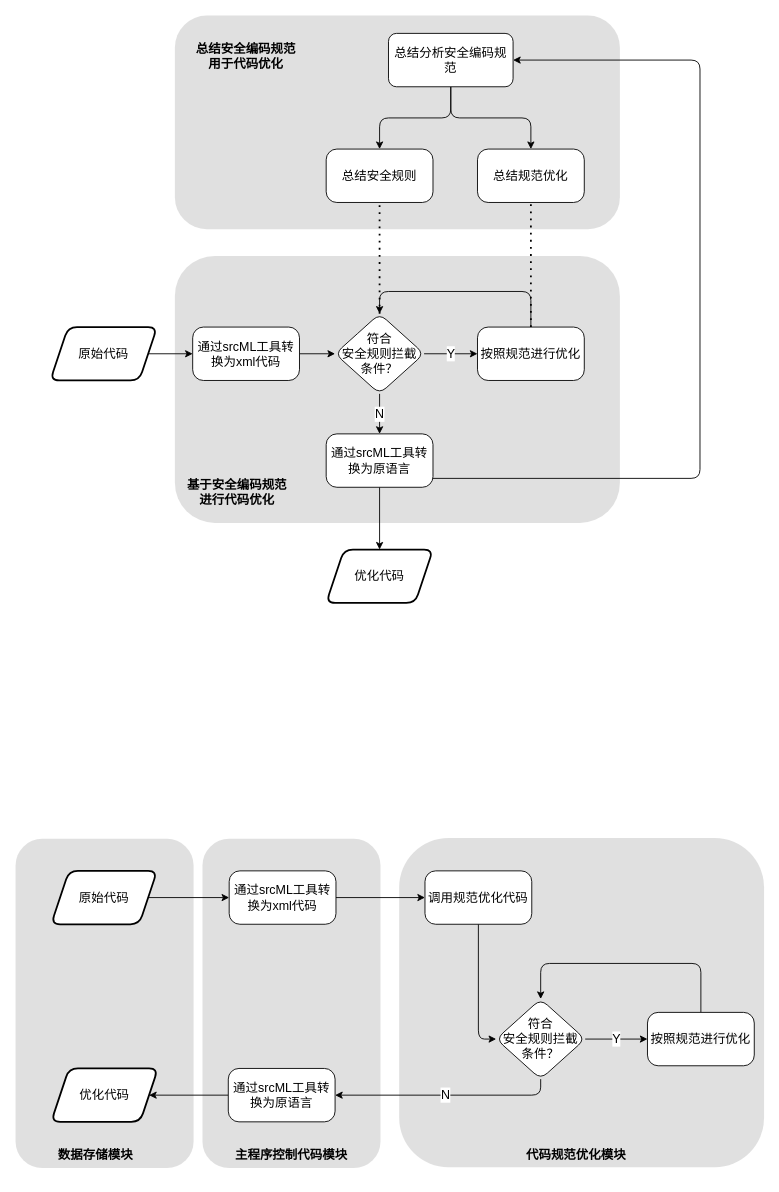
The draw.io diagram 未命名绘图.drawio in z5833999/C-3, before the edit. Source tidied: cells renumbered, new cells numbered last; positions are measured from the earlier drawing's top-left corner, leaving out a move shared by most shapes. Both pictures are drawn from the tidied source at 89%, with x=0, y=0 at pixel (15, 15).
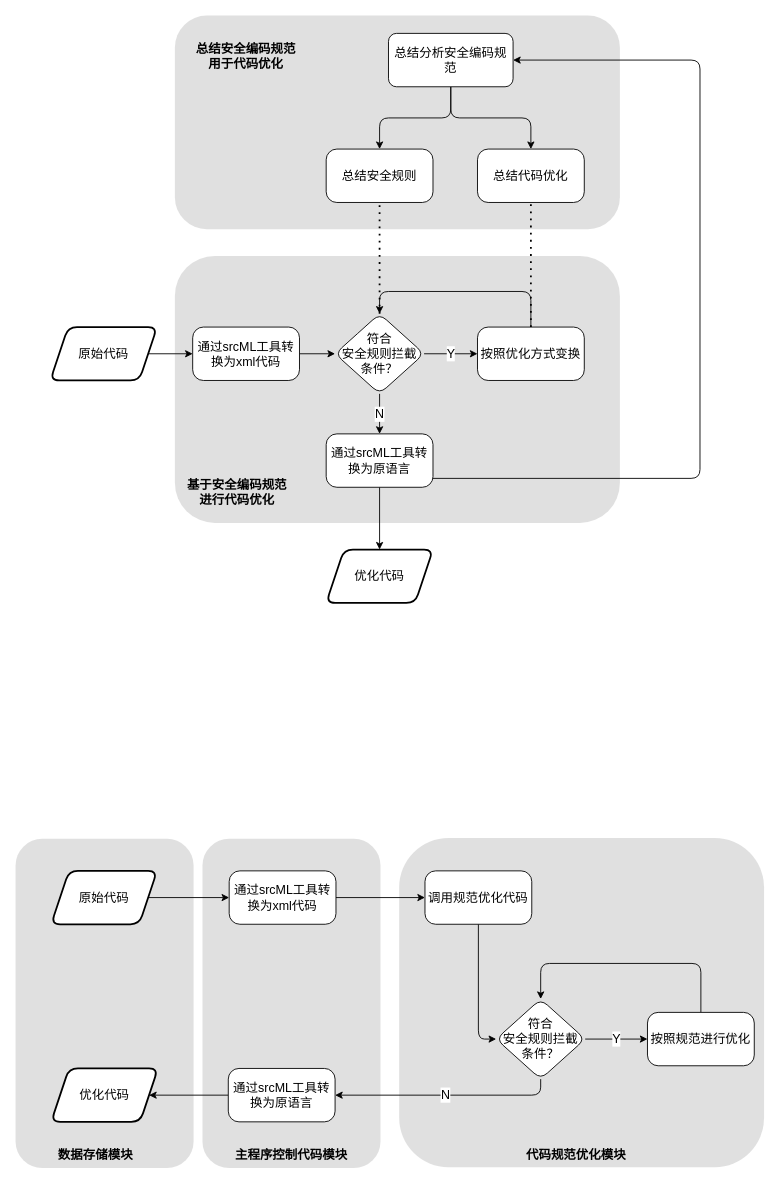
Above is the later version.

Commit message:
更新未命名绘图.drawio

Diff of the diagram source:
```diff
@@
-    <mxCell id="14" value="按照规范进行优化" style="whiteSpace=wrap;html=1;fontFamily=Helvetica;arcSize=20;rounded=1;fontSize=14;" parent="1" vertex="1">
+    <mxCell id="14" value="按照优化方式变换" style="whiteSpace=wrap;html=1;fontFamily=Helvetica;arcSize=20;rounded=1;fontSize=14;" parent="1" vertex="1">
       <mxGeometry x="519" y="350" width="120" height="60" as="geometry" />
     </mxCell>
@@
-    <mxCell id="21" value="总结规范优化" style="whiteSpace=wrap;html=1;fontFamily=Helvetica;arcSize=20;rounded=1;fontSize=14;" parent="1" vertex="1">
+    <mxCell id="21" value="总结代码优化" style="whiteSpace=wrap;html=1;fontFamily=Helvetica;arcSize=20;rounded=1;fontSize=14;" parent="1" vertex="1">
       <mxGeometry x="519" y="150" width="120" height="60" as="geometry" />
     </mxCell>
```
